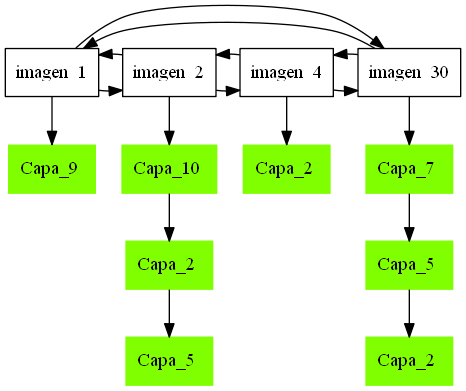
Cascarus/-EDD-Proyecto1_201603127 keeps this Graphviz diagram as [EDD]Proyecto1_201603127/Circular_Doble.png. Above is the earlier version. Its source is kept beside it as [EDD]Proyecto1_201603127/Circular_doble.dot.
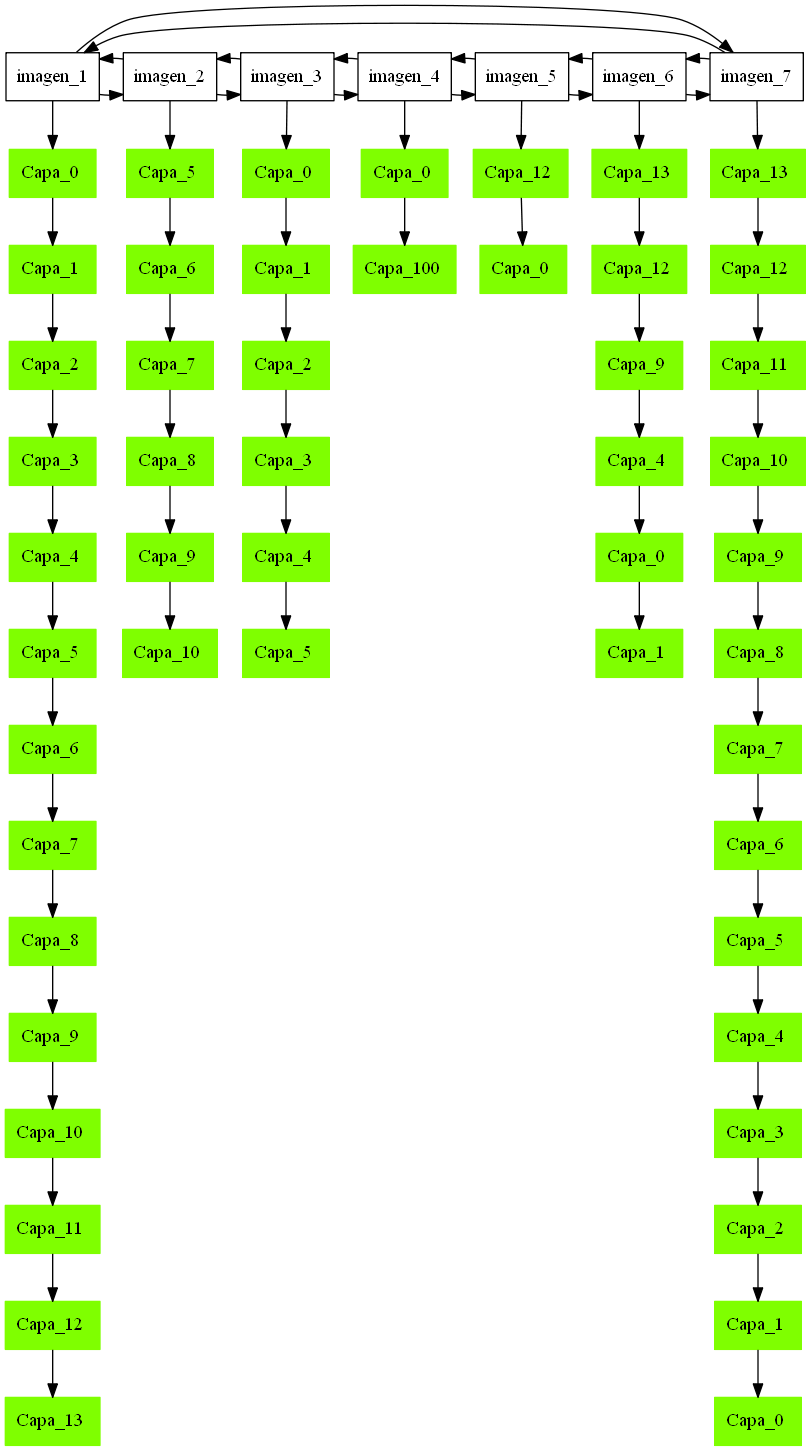
The same diagram one commit later.

What changed in the source:
```diff
@@ -2,35 +2,131 @@
 	node [shape=record,width=.9,height=.5];
 	Node1->Node2;
 	Node1->Node2[dir=back];
-	Node1->NodeCapa_9_1;
-	Node2->Node4;
-	Node2->Node4[dir=back];
-	Node2->NodeCapa_10_2;
-	Node4->Node30;
-	Node4->Node30[dir=back];
-	Node4->NodeCapa_2_4;
-	Node30->Node1;
-	Node30->Node1[dir=back];
-	Node30->NodeCapa_7_30;
+	Node1->NodeCapa_0_1;
+	Node2->Node3;
+	Node2->Node3[dir=back];
+	Node2->NodeCapa_5_2;
+	Node3->Node4;
+	Node3->Node4[dir=back];
+	Node3->NodeCapa_0_3;
+	Node4->Node5;
+	Node4->Node5[dir=back];
+	Node4->NodeCapa_0_4;
+	Node5->Node6;
+	Node5->Node6[dir=back];
+	Node5->NodeCapa_12_5;
+	Node6->Node7;
+	Node6->Node7[dir=back];
+	Node6->NodeCapa_13_6;
+	Node7->Node1;
+	Node7->Node1[dir=back];
+	Node7->NodeCapa_13_7;
 
  	Node1[label = "imagen_1"]
 
  	Node2[label = "imagen_2"]
 
+ 	Node3[label = "imagen_3"]
+
  	Node4[label = "imagen_4"]
 
- 	Node30[label = "imagen_30"]
+ 	Node5[label = "imagen_5"]
+
+ 	Node6[label = "imagen_6"]
+
+ 	Node7[label = "imagen_7"]
+	NodeCapa_0_1->NodeCapa_1_1;
+	NodeCapa_0_1[shape=box,style=filled,color=chartreuse1  , label = "Capa_0 "]
+	NodeCapa_1_1->NodeCapa_2_1;
+	NodeCapa_1_1[shape=box,style=filled,color=chartreuse1  , label = "Capa_1 "]
+	NodeCapa_2_1->NodeCapa_3_1;
+	NodeCapa_2_1[shape=box,style=filled,color=chartreuse1  , label = "Capa_2 "]
+	NodeCapa_3_1->NodeCapa_4_1;
+	NodeCapa_3_1[shape=box,style=filled,color=chartreuse1  , label = "Capa_3 "]
+	NodeCapa_4_1->NodeCapa_5_1;
+	NodeCapa_4_1[shape=box,style=filled,color=chartreuse1  , label = "Capa_4 "]
+	NodeCapa_5_1->NodeCapa_6_1;
+	NodeCapa_5_1[shape=box,style=filled,color=chartreuse1  , label = "Capa_5 "]
+	NodeCapa_6_1->NodeCapa_7_1;
+	NodeCapa_6_1[shape=box,style=filled,color=chartreuse1  , label = "Capa_6 "]
+	NodeCapa_7_1->NodeCapa_8_1;
+	NodeCapa_7_1[shape=box,style=filled,color=chartreuse1  , label = "Capa_7 "]
+	NodeCapa_8_1->NodeCapa_9_1;
+	NodeCapa_8_1[shape=box,style=filled,color=chartreuse1  , label = "Capa_8 "]
+	NodeCapa_9_1->NodeCapa_10_1;
 	NodeCapa_9_1[shape=box,style=filled,color=chartreuse1  , label = "Capa_9 "]
-	NodeCapa_10_2->NodeCapa_2_2;
+	NodeCapa_10_1->NodeCapa_11_1;
+	NodeCapa_10_1[shape=box,style=filled,color=chartreuse1  , label = "Capa_10 "]
+	NodeCapa_11_1->NodeCapa_12_1;
+	NodeCapa_11_1[shape=box,style=filled,color=chartreuse1  , label = "Capa_11 "]
+	NodeCapa_12_1->NodeCapa_13_1;
+	NodeCapa_12_1[shape=box,style=filled,color=chartreuse1  , label = "Capa_12 "]
+	NodeCapa_13_1[shape=box,style=filled,color=chartreuse1  , label = "Capa_13 "]
+	NodeCapa_5_2->NodeCapa_6_2;
+	NodeCapa_5_2[shape=box,style=filled,color=chartreuse1  , label = "Capa_5 "]
+	NodeCapa_6_2->NodeCapa_7_2;
+	NodeCapa_6_2[shape=box,style=filled,color=chartreuse1  , label = "Capa_6 "]
+	NodeCapa_7_2->NodeCapa_8_2;
+	NodeCapa_7_2[shape=box,style=filled,color=chartreuse1  , label = "Capa_7 "]
+	NodeCapa_8_2->NodeCapa_9_2;
+	NodeCapa_8_2[shape=box,style=filled,color=chartreuse1  , label = "Capa_8 "]
+	NodeCapa_9_2->NodeCapa_10_2;
+	NodeCapa_9_2[shape=box,style=filled,color=chartreuse1  , label = "Capa_9 "]
 	NodeCapa_10_2[shape=box,style=filled,color=chartreuse1  , label = "Capa_10 "]
-	NodeCapa_2_2->NodeCapa_5_2;
-	NodeCapa_2_2[shape=box,style=filled,color=chartreuse1  , label = "Capa_2 "]
-	NodeCapa_5_2[shape=box,style=filled,color=chartreuse1  , label = "Capa_5 "]
-	NodeCapa_2_4[shape=box,style=filled,color=chartreuse1  , label = "Capa_2 "]
-	NodeCapa_7_30->NodeCapa_5_30;
-	NodeCapa_7_30[shape=box,style=filled,color=chartreuse1  , label = "Capa_7 "]
-	NodeCapa_5_30->NodeCapa_2_30;
-	NodeCapa_5_30[shape=box,style=filled,color=chartreuse1  , label = "Capa_5 "]
-	NodeCapa_2_30[shape=box,style=filled,color=chartreuse1  , label = "Capa_2 "]
-{ rank = same; Node1,Node1,Node2,Node4,Node30};
+	NodeCapa_0_3->NodeCapa_1_3;
+	NodeCapa_0_3[shape=box,style=filled,color=chartreuse1  , label = "Capa_0 "]
+	NodeCapa_1_3->NodeCapa_2_3;
+	NodeCapa_1_3[shape=box,style=filled,color=chartreuse1  , label = "Capa_1 "]
+	NodeCapa_2_3->NodeCapa_3_3;
+	NodeCapa_2_3[shape=box,style=filled,color=chartreuse1  , label = "Capa_2 "]
+	NodeCapa_3_3->NodeCapa_4_3;
+	NodeCapa_3_3[shape=box,style=filled,color=chartreuse1  , label = "Capa_3 "]
+	NodeCapa_4_3->NodeCapa_5_3;
+	NodeCapa_4_3[shape=box,style=filled,color=chartreuse1  , label = "Capa_4 "]
+	NodeCapa_5_3[shape=box,style=filled,color=chartreuse1  , label = "Capa_5 "]
+	NodeCapa_0_4->NodeCapa_100_4;
+	NodeCapa_0_4[shape=box,style=filled,color=chartreuse1  , label = "Capa_0 "]
+	NodeCapa_100_4[shape=box,style=filled,color=chartreuse1  , label = "Capa_100 "]
+	NodeCapa_12_5->NodeCapa_0_5;
+	NodeCapa_12_5[shape=box,style=filled,color=chartreuse1  , label = "Capa_12 "]
+	NodeCapa_0_5[shape=box,style=filled,color=chartreuse1  , label = "Capa_0 "]
+	NodeCapa_13_6->NodeCapa_12_6;
+	NodeCapa_13_6[shape=box,style=filled,color=chartreuse1  , label = "Capa_13 "]
+	NodeCapa_12_6->NodeCapa_9_6;
+	NodeCapa_12_6[shape=box,style=filled,color=chartreuse1  , label = "Capa_12 "]
+	NodeCapa_9_6->NodeCapa_4_6;
+	NodeCapa_9_6[shape=box,style=filled,color=chartreuse1  , label = "Capa_9 "]
+	NodeCapa_4_6->NodeCapa_0_6;
+	NodeCapa_4_6[shape=box,style=filled,color=chartreuse1  , label = "Capa_4 "]
+	NodeCapa_0_6->NodeCapa_1_6;
+	NodeCapa_0_6[shape=box,style=filled,color=chartreuse1  , label = "Capa_0 "]
+	NodeCapa_1_6[shape=box,style=filled,color=chartreuse1  , label = "Capa_1 "]
+	NodeCapa_13_7->NodeCapa_12_7;
+	NodeCapa_13_7[shape=box,style=filled,color=chartreuse1  , label = "Capa_13 "]
+	NodeCapa_12_7->NodeCapa_11_7;
+	NodeCapa_12_7[shape=box,style=filled,color=chartreuse1  , label = "Capa_12 "]
+	NodeCapa_11_7->NodeCapa_10_7;
+	NodeCapa_11_7[shape=box,style=filled,color=chartreuse1  , label = "Capa_11 "]
+	NodeCapa_10_7->NodeCapa_9_7;
+	NodeCapa_10_7[shape=box,style=filled,color=chartreuse1  , label = "Capa_10 "]
+	NodeCapa_9_7->NodeCapa_8_7;
+	NodeCapa_9_7[shape=box,style=filled,color=chartreuse1  , label = "Capa_9 "]
+	NodeCapa_8_7->NodeCapa_7_7;
+	NodeCapa_8_7[shape=box,style=filled,color=chartreuse1  , label = "Capa_8 "]
+	NodeCapa_7_7->NodeCapa_6_7;
+	NodeCapa_7_7[shape=box,style=filled,color=chartreuse1  , label = "Capa_7 "]
+	NodeCapa_6_7->NodeCapa_5_7;
+	NodeCapa_6_7[shape=box,style=filled,color=chartreuse1  , label = "Capa_6 "]
+	NodeCapa_5_7->NodeCapa_4_7;
+	NodeCapa_5_7[shape=box,style=filled,color=chartreuse1  , label = "Capa_5 "]
+	NodeCapa_4_7->NodeCapa_3_7;
+	NodeCapa_4_7[shape=box,style=filled,color=chartreuse1  , label = "Capa_4 "]
+	NodeCapa_3_7->NodeCapa_2_7;
+	NodeCapa_3_7[shape=box,style=filled,color=chartreuse1  , label = "Capa_3 "]
+	NodeCapa_2_7->NodeCapa_1_7;
+	NodeCapa_2_7[shape=box,style=filled,color=chartreuse1  , label = "Capa_2 "]
+	NodeCapa_1_7->NodeCapa_0_7;
+	NodeCapa_1_7[shape=box,style=filled,color=chartreuse1  , label = "Capa_1 "]
+	NodeCapa_0_7[shape=box,style=filled,color=chartreuse1  , label = "Capa_0 "]
+{ rank = same; Node1,Node1,Node2,Node3,Node4,Node5,Node6,Node7};
 }
```
